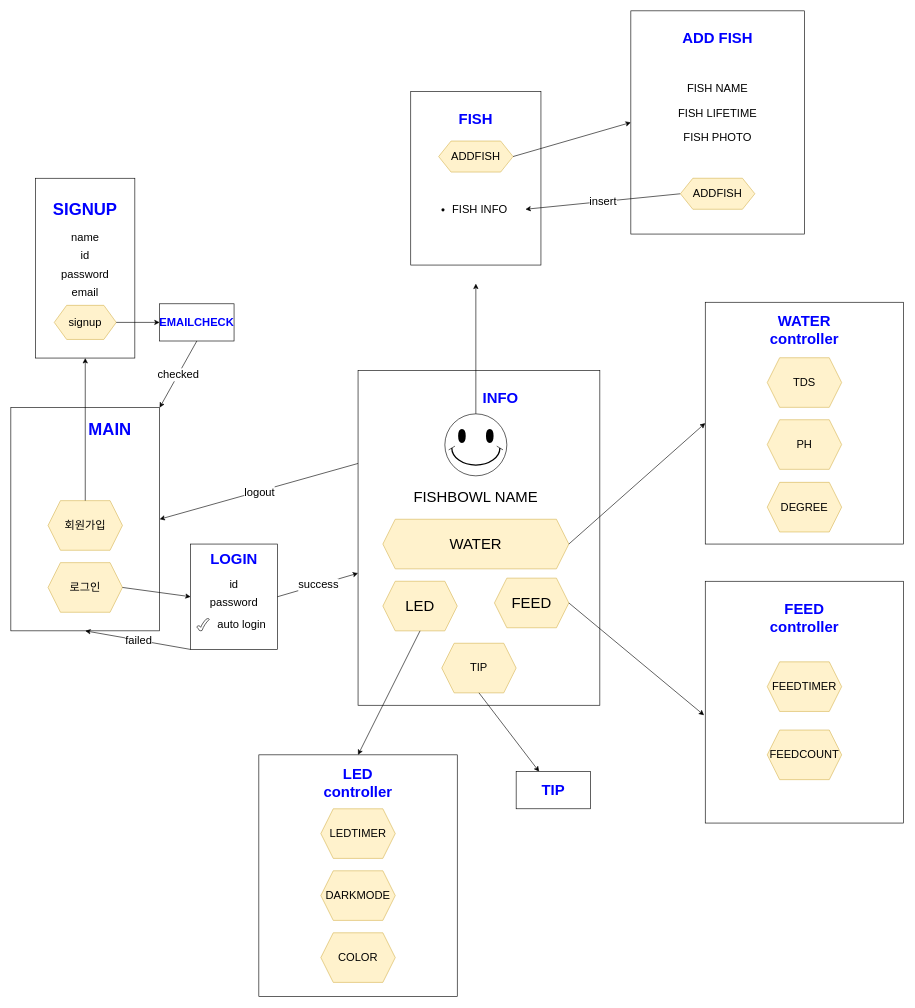
Before: Project_Document/webpagediagram.drawio in Kim-CheolHee/Project_Team_One, a draw.io diagram. Source tidied: cells renumbered, new cells numbered last; positions are measured from the earlier drawing's top-left corner, leaving out a move shared by most shapes. Both pictures are drawn from the tidied source at 62%, with x=0, y=0 at pixel (11, 11).
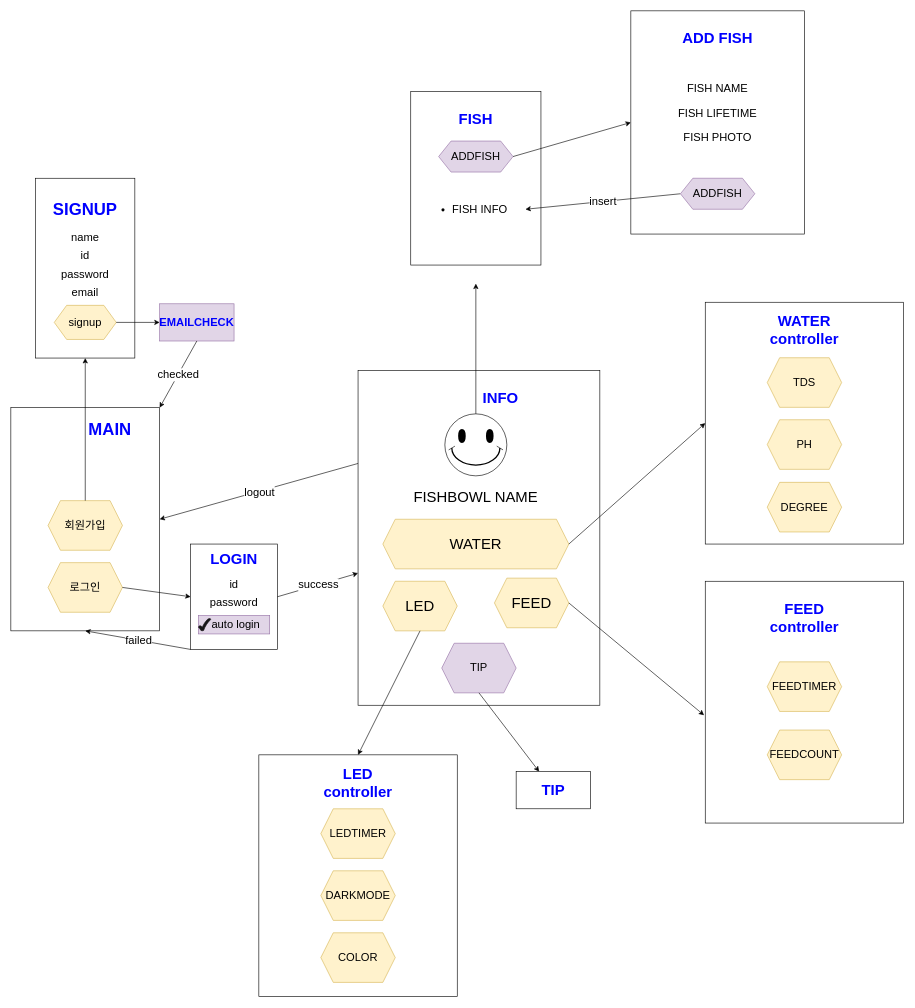
Above is the later version.

Commit message:
웹페이지 구상도 최종본 업데이트 완료 ㅎㅎ!

Change to the diagram source:
```diff
@@
-    <mxCell id="11" style="rounded=0;whiteSpace=wrap;html=1;fontSize=18;" parent="1" vertex="1">
+    <mxCell id="11" style="rounded=0;whiteSpace=wrap;html=1;fontSize=18;fillColor=#e1d5e7;strokeColor=#9673a6;" parent="1" vertex="1">
       <mxGeometry x="240" y="472.5" width="120" height="60" as="geometry" />
     </mxCell>
@@
-    <mxCell id="19" style="verticalLabelPosition=bottom;verticalAlign=top;html=1;shape=mxgraph.basic.tick;fontSize=18;" parent="1" vertex="1">
-      <mxGeometry x="300" y="980" width="20" height="20" as="geometry" />
-    </mxCell>
-    <mxCell id="20" value="auto login" style="text;html=1;strokeColor=none;fillColor=none;align=center;verticalAlign=middle;whiteSpace=wrap;rounded=0;fontSize=18;" parent="1" vertex="1">
-      <mxGeometry x="315" y="975" width="115" height="30" as="geometry" />
-    </mxCell>
@@
-    <mxCell id="32" value="TIP" style="shape=hexagon;perimeter=hexagonPerimeter2;whiteSpace=wrap;html=1;fixedSize=1;fontSize=18;fillColor=#fff2cc;strokeColor=#d6b656;" parent="1" vertex="1">
+    <mxCell id="32" value="TIP" style="shape=hexagon;perimeter=hexagonPerimeter2;whiteSpace=wrap;html=1;fixedSize=1;fontSize=18;fillColor=#e1d5e7;strokeColor=#9673a6;" parent="1" vertex="1">
       <mxGeometry x="695" y="1020" width="120" height="80" as="geometry" />
     </mxCell>
@@
-    <mxCell id="67" value="ADDFISH" style="shape=hexagon;perimeter=hexagonPerimeter2;whiteSpace=wrap;html=1;fixedSize=1;fontSize=18;fillColor=#fff2cc;strokeColor=#d6b656;" parent="1" vertex="1">
+    <mxCell id="67" value="ADDFISH" style="shape=hexagon;perimeter=hexagonPerimeter2;whiteSpace=wrap;html=1;fixedSize=1;fontSize=18;fillColor=#e1d5e7;strokeColor=#9673a6;" parent="1" vertex="1">
       <mxGeometry x="690" y="210" width="120" height="50" as="geometry" />
     </mxCell>
@@
-    <mxCell id="77" value="ADDFISH" style="shape=hexagon;perimeter=hexagonPerimeter2;whiteSpace=wrap;html=1;fixedSize=1;fontSize=18;fillColor=#fff2cc;strokeColor=#d6b656;" parent="1" vertex="1">
+    <mxCell id="77" value="ADDFISH" style="shape=hexagon;perimeter=hexagonPerimeter2;whiteSpace=wrap;html=1;fixedSize=1;fontSize=18;fillColor=#e1d5e7;strokeColor=#9673a6;" parent="1" vertex="1">
       <mxGeometry x="1080" y="270" width="120" height="50" as="geometry" />
     </mxCell>
@@
+    <mxCell id="79" style="group;" parent="1" vertex="1">
+      <mxGeometry x="302.5" y="975" width="115" height="30" as="geometry" />
+    </mxCell>
+    <mxCell id="20" value="&amp;nbsp;auto login" style="text;html=1;align=center;verticalAlign=middle;whiteSpace=wrap;rounded=0;fontSize=18;fillColor=#e1d5e7;strokeColor=#9673a6;" parent="79" vertex="1">
+      <mxGeometry width="115" height="30" as="geometry" />
+    </mxCell>
+    <mxCell id="19" style="verticalLabelPosition=bottom;verticalAlign=top;html=1;shape=mxgraph.basic.tick;fontSize=18;fillColor=#161517;strokeColor=#161517;" parent="79" vertex="1">
+      <mxGeometry y="5" width="20" height="20" as="geometry" />
+    </mxCell>
```
